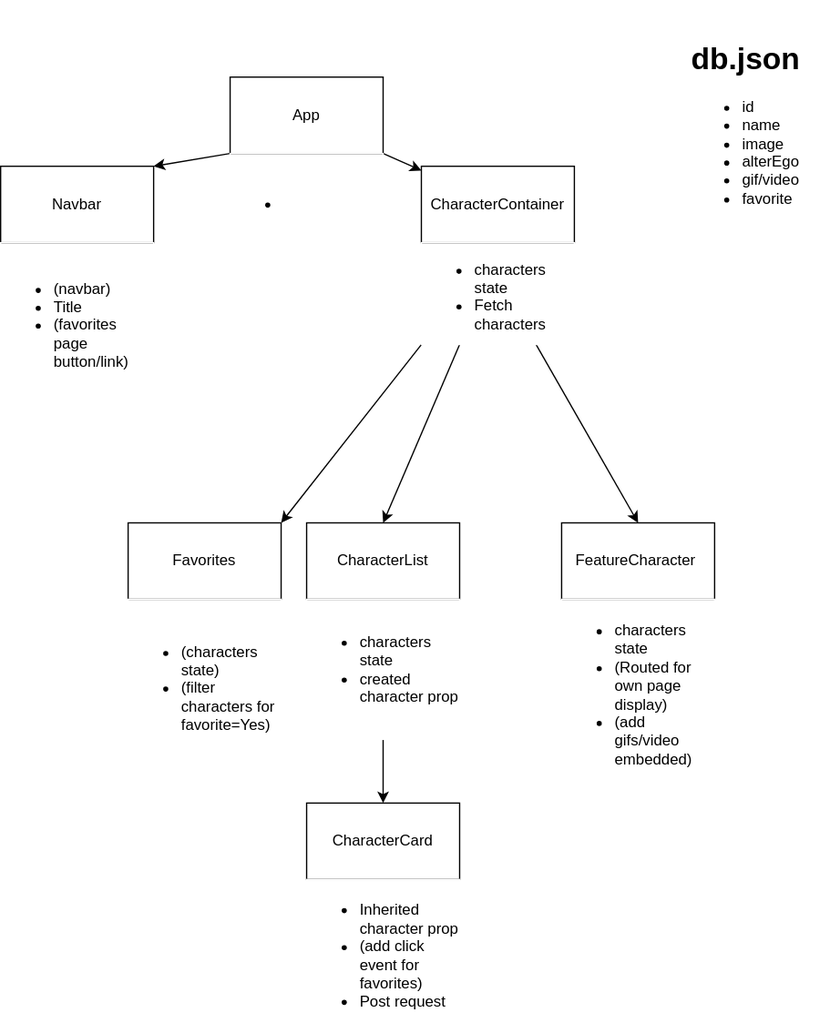
This is src/flowchart.drawio.svg from M4near/phase-2-project, a draw.io export, as it was before one commit. Source tidied: cells renumbered, new cells last; positions are measured from the earlier drawing's top-left corner, leaving out a move shared by most shapes.
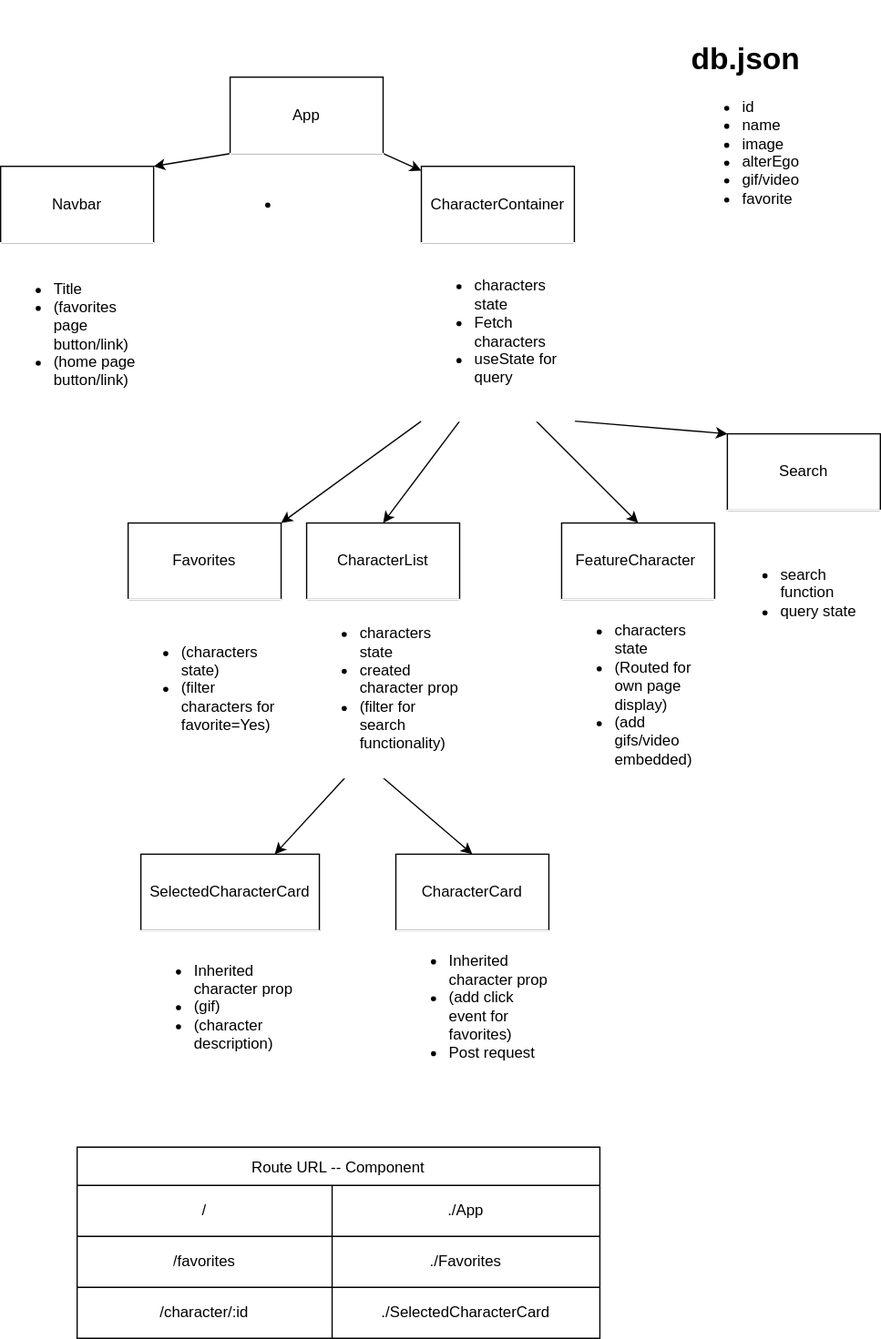
The same file after the commit.

Commit message:
Created SelectedCharacterCard component, updated flow chart, added button to character card, started on Router functionality, updated db

Diff of the diagram source:
```diff
@@ -12,7 +12,7 @@
       <mxGeometry x="180" y="60" width="120" height="60" as="geometry" />
     </mxCell>
     <mxCell id="5" value="CharacterCard" style="rounded=0;whiteSpace=wrap;html=1;" parent="1" vertex="1">
-      <mxGeometry x="240" y="630" width="120" height="60" as="geometry" />
+      <mxGeometry x="310" y="670" width="120" height="60" as="geometry" />
     </mxCell>
     <mxCell id="6" value="CharacterContainer" style="rounded=0;whiteSpace=wrap;html=1;" parent="1" vertex="1">
       <mxGeometry x="330" y="130" width="120" height="60" as="geometry" />
@@ -26,7 +26,7 @@
     <mxCell id="9" value="Navbar" style="rounded=0;whiteSpace=wrap;html=1;" parent="1" vertex="1">
       <mxGeometry y="130" width="120" height="60" as="geometry" />
     </mxCell>
-    <mxCell id="10" value="&lt;ul&gt;&lt;li&gt;(navbar)&lt;/li&gt;&lt;li&gt;Title&lt;/li&gt;&lt;li&gt;(favorites page button/link)&lt;/li&gt;&lt;/ul&gt;" style="text;strokeColor=#FFFFFF;fillColor=none;html=1;whiteSpace=wrap;verticalAlign=middle;overflow=hidden;shadow=0;" parent="1" vertex="1">
+    <mxCell id="10" value="&lt;div&gt;&lt;br&gt;&lt;/div&gt;&lt;ul&gt;&lt;li&gt;Title&lt;/li&gt;&lt;li&gt;(favorites page button/link)&lt;/li&gt;&lt;li&gt;(home page button/link)&lt;/li&gt;&lt;/ul&gt;" style="text;strokeColor=#FFFFFF;fillColor=none;html=1;whiteSpace=wrap;verticalAlign=middle;overflow=hidden;shadow=0;" parent="1" vertex="1">
       <mxGeometry y="190" width="120" height="130" as="geometry" />
     </mxCell>
     <mxCell id="11" value="&lt;ul&gt;&lt;li&gt;characters state&lt;/li&gt;&lt;li&gt;(Routed for own page display)&lt;/li&gt;&lt;li&gt;(add gifs/video embedded)&lt;/li&gt;&lt;/ul&gt;" style="text;strokeColor=#FFFFFF;fillColor=none;html=1;whiteSpace=wrap;verticalAlign=middle;overflow=hidden;shadow=0;" parent="1" vertex="1">
@@ -41,17 +41,23 @@
     <mxCell id="14" style="edgeStyle=none;html=1;exitX=0;exitY=1;exitDx=0;exitDy=0;entryX=1;entryY=0;entryDx=0;entryDy=0;" parent="1" edge="1" source="15" target="21">
       <mxGeometry relative="1" as="geometry" />
     </mxCell>
+    <mxCell id="23" style="edgeStyle=none;html=1;exitX=1;exitY=1;exitDx=0;exitDy=0;entryX=0;entryY=0;entryDx=0;entryDy=0;" parent="1" edge="1" source="15" target="25">
+      <mxGeometry relative="1" as="geometry" />
+    </mxCell>
-    <mxCell id="15" value="&lt;ul&gt;&lt;li&gt;characters state&lt;/li&gt;&lt;li&gt;Fetch characters&lt;/li&gt;&lt;/ul&gt;" style="text;strokeColor=#FFFFFF;fillColor=none;html=1;whiteSpace=wrap;verticalAlign=middle;overflow=hidden;shadow=0;" parent="1" vertex="1">
-      <mxGeometry x="330" y="190" width="120" height="80" as="geometry" />
+    <mxCell id="15" value="&lt;ul&gt;&lt;li&gt;characters state&lt;/li&gt;&lt;li&gt;Fetch characters&lt;/li&gt;&lt;li&gt;useState for query&lt;/li&gt;&lt;/ul&gt;" style="text;strokeColor=#FFFFFF;fillColor=none;html=1;whiteSpace=wrap;verticalAlign=middle;overflow=hidden;shadow=0;" parent="1" vertex="1">
+      <mxGeometry x="330" y="190" width="120" height="140" as="geometry" />
     </mxCell>
     <mxCell id="16" style="edgeStyle=none;html=1;exitX=0.5;exitY=1;exitDx=0;exitDy=0;entryX=0.5;entryY=0;entryDx=0;entryDy=0;" parent="1" edge="1" source="17" target="5">
       <mxGeometry relative="1" as="geometry" />
     </mxCell>
+    <mxCell id="24" style="edgeStyle=none;html=1;exitX=0.25;exitY=1;exitDx=0;exitDy=0;entryX=0.75;entryY=0;entryDx=0;entryDy=0;" parent="1" edge="1" source="17" target="37">
+      <mxGeometry relative="1" as="geometry" />
+    </mxCell>
-    <mxCell id="17" value="&lt;ul&gt;&lt;li&gt;characters state&lt;/li&gt;&lt;li&gt;created character prop&lt;/li&gt;&lt;/ul&gt;" style="text;strokeColor=#FFFFFF;fillColor=none;html=1;whiteSpace=wrap;verticalAlign=middle;overflow=hidden;shadow=0;" parent="1" vertex="1">
-      <mxGeometry x="240" y="470" width="120" height="110" as="geometry" />
+    <mxCell id="17" value="&lt;ul&gt;&lt;li&gt;characters state&lt;/li&gt;&lt;li&gt;created character prop&lt;/li&gt;&lt;li&gt;(filter for search functionality)&lt;/li&gt;&lt;/ul&gt;" style="text;strokeColor=#FFFFFF;fillColor=none;html=1;whiteSpace=wrap;verticalAlign=middle;overflow=hidden;shadow=0;" parent="1" vertex="1">
+      <mxGeometry x="240" y="470" width="120" height="140" as="geometry" />
     </mxCell>
     <mxCell id="18" value="&lt;ul&gt;&lt;li&gt;Inherited character prop&lt;/li&gt;&lt;li&gt;(add click event for favorites)&lt;/li&gt;&lt;li&gt;Post request&lt;/li&gt;&lt;/ul&gt;" style="text;strokeColor=#FFFFFF;fillColor=none;html=1;whiteSpace=wrap;verticalAlign=middle;overflow=hidden;shadow=0;" parent="1" vertex="1">
-      <mxGeometry x="240" y="690" width="120" height="120" as="geometry" />
+      <mxGeometry x="310" y="730" width="120" height="120" as="geometry" />
     </mxCell>
     <mxCell id="19" value="&lt;ul&gt;&lt;li&gt;&lt;br&gt;&lt;/li&gt;&lt;/ul&gt;" style="text;strokeColor=#FFFFFF;fillColor=none;html=1;whiteSpace=wrap;verticalAlign=middle;overflow=hidden;shadow=0;" parent="1" vertex="1">
       <mxGeometry x="180" y="120" width="120" height="80" as="geometry" />
@@ -65,5 +71,47 @@
     <mxCell id="22" value="&lt;ul&gt;&lt;li&gt;(characters state)&lt;/li&gt;&lt;li&gt;(filter characters for favorite=Yes)&lt;/li&gt;&lt;/ul&gt;" style="text;strokeColor=#FFFFFF;fillColor=none;html=1;whiteSpace=wrap;verticalAlign=middle;overflow=hidden;shadow=0;" parent="1" vertex="1">
       <mxGeometry x="100" y="470" width="120" height="140" as="geometry" />
     </mxCell>
+    <mxCell id="25" value="Search" style="rounded=0;whiteSpace=wrap;html=1;" parent="1" vertex="1">
+      <mxGeometry x="570" y="340" width="120" height="60" as="geometry" />
+    </mxCell>
+    <mxCell id="26" value="&lt;ul&gt;&lt;li&gt;search function&lt;/li&gt;&lt;li&gt;query state&lt;/li&gt;&lt;/ul&gt;" style="text;strokeColor=#FFFFFF;fillColor=none;html=1;whiteSpace=wrap;verticalAlign=middle;overflow=hidden;shadow=0;" parent="1" vertex="1">
+      <mxGeometry x="570" y="400" width="120" height="130" as="geometry" />
+    </mxCell>
+    <mxCell id="27" value="Route URL -- Component" style="shape=table;startSize=30;" parent="1" vertex="1">
+      <mxGeometry x="60" y="900" width="410" height="150" as="geometry" />
+    </mxCell>
+    <mxCell id="28" style="shape=partialRectangle;fillColor=none;top=0;left=0;bottom=0;right=0;" parent="27" vertex="1">
+      <mxGeometry y="30" width="410" height="40" as="geometry" />
+    </mxCell>
+    <mxCell id="29" value="/" style="shape=partialRectangle;html=1;whiteSpace=wrap;overflow=hidden;fillColor=none;top=0;left=0;bottom=0;right=0;" parent="28" vertex="1">
+      <mxGeometry width="200" height="40" as="geometry" />
+    </mxCell>
+    <mxCell id="30" value="./App" style="shape=partialRectangle;html=1;whiteSpace=wrap;overflow=hidden;fillColor=none;top=0;left=0;bottom=0;right=0;" parent="28" vertex="1">
+      <mxGeometry x="200" width="210" height="40" as="geometry" />
+    </mxCell>
+    <mxCell id="31" style="shape=partialRectangle;fillColor=none;top=0;left=0;bottom=0;right=0;" parent="27" vertex="1">
+      <mxGeometry y="70" width="410" height="40" as="geometry" />
+    </mxCell>
+    <mxCell id="32" value="/favorites" style="shape=partialRectangle;html=1;whiteSpace=wrap;overflow=hidden;fillColor=none;top=0;left=0;bottom=0;right=0;" parent="31" vertex="1">
+      <mxGeometry width="200" height="40" as="geometry" />
+    </mxCell>
+    <mxCell id="33" value="./Favorites" style="shape=partialRectangle;html=1;whiteSpace=wrap;overflow=hidden;fillColor=none;top=0;left=0;bottom=0;right=0;" parent="31" vertex="1">
+      <mxGeometry x="200" width="210" height="40" as="geometry" />
+    </mxCell>
+    <mxCell id="34" style="shape=partialRectangle;fillColor=none;top=0;left=0;bottom=0;right=0;" parent="27" vertex="1">
+      <mxGeometry y="110" width="410" height="40" as="geometry" />
+    </mxCell>
+    <mxCell id="35" value="/character/:id" style="shape=partialRectangle;html=1;whiteSpace=wrap;overflow=hidden;fillColor=none;top=0;left=0;bottom=0;right=0;" parent="34" vertex="1">
+      <mxGeometry width="200" height="40" as="geometry" />
+    </mxCell>
+    <mxCell id="36" value="./SelectedCharacterCard" style="shape=partialRectangle;html=1;whiteSpace=wrap;overflow=hidden;fillColor=none;top=0;left=0;bottom=0;right=0;" parent="34" vertex="1">
+      <mxGeometry x="200" width="210" height="40" as="geometry" />
+    </mxCell>
+    <mxCell id="37" value="SelectedCharacterCard" style="rounded=0;whiteSpace=wrap;html=1;" parent="1" vertex="1">
+      <mxGeometry x="110" y="670" width="140" height="60" as="geometry" />
+    </mxCell>
+    <mxCell id="38" value="&lt;ul&gt;&lt;li&gt;Inherited character prop&lt;/li&gt;&lt;li&gt;(gif)&lt;/li&gt;&lt;li&gt;(character description)&lt;/li&gt;&lt;/ul&gt;" style="text;strokeColor=#FFFFFF;fillColor=none;html=1;whiteSpace=wrap;verticalAlign=middle;overflow=hidden;shadow=0;" parent="1" vertex="1">
+      <mxGeometry x="110" y="730" width="140" height="120" as="geometry" />
+    </mxCell>
   </root>
 </mxGraphModel>
```
